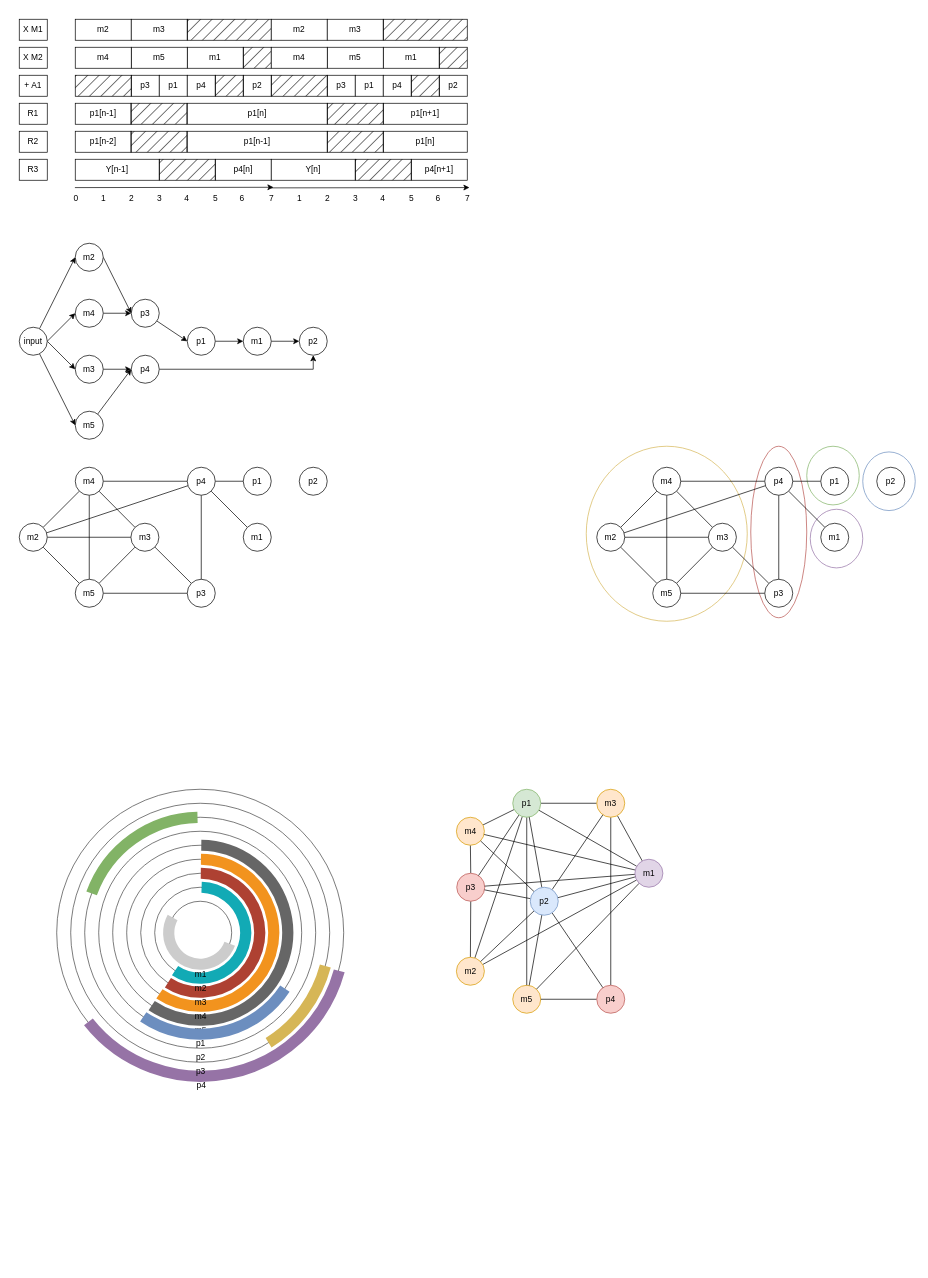
Earlier version of the draw.io diagram page "Circular-arc graph" (3 of 5) of Assignement1/IDSP DrawIO.drawio (martinreinok/IDSP191210950). Source tidied: cells renumbered, new cells numbered last; positions are measured from the earlier drawing's top-left corner, leaving out a move shared by most shapes. Both pictures are drawn from the tidied source at 70%, with x=0, y=0 at pixel (19, 19).
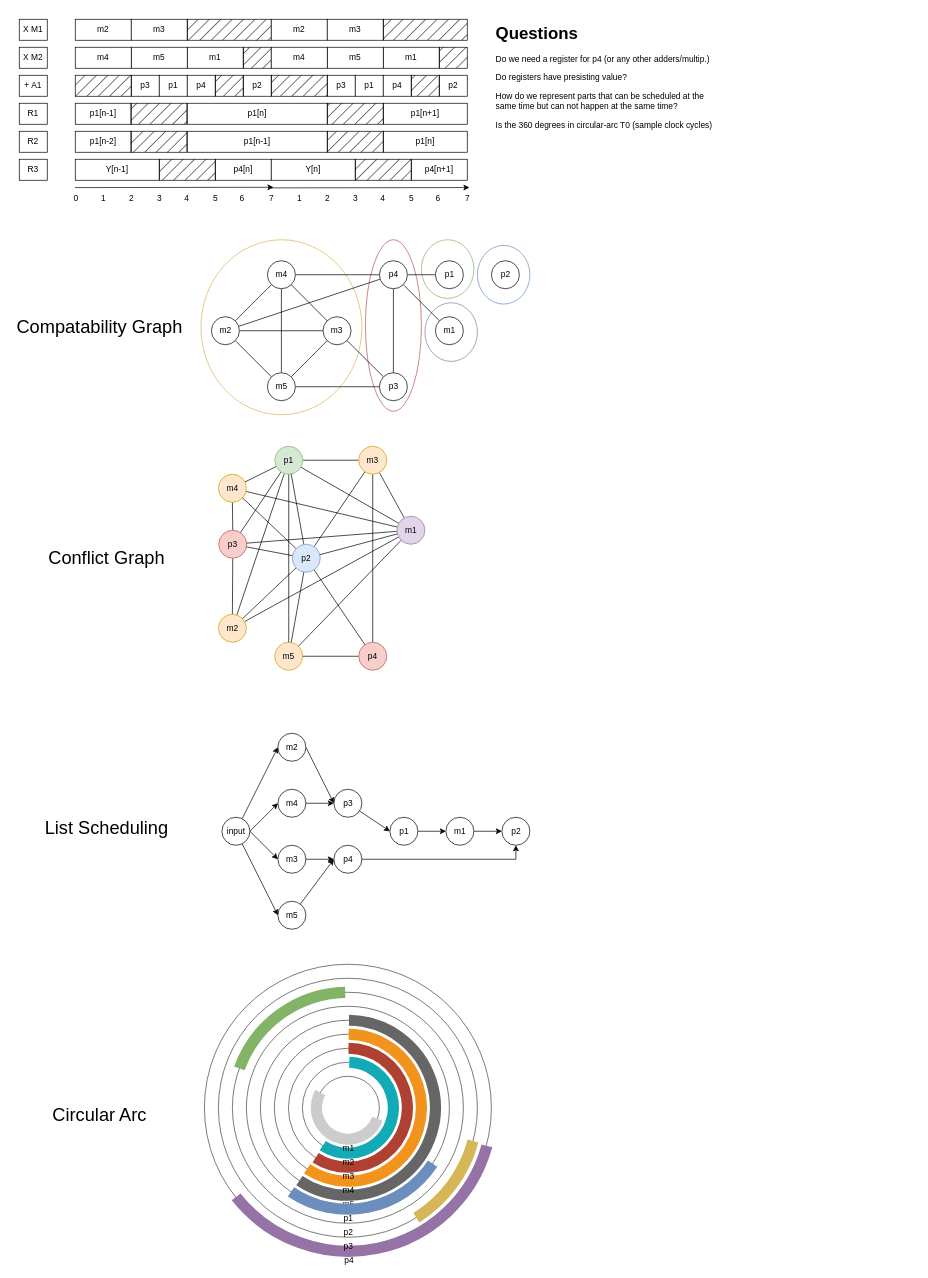
After the change.

Diff of the diagram source:
```diff
@@
     <mxCell id="2" style="ellipse;whiteSpace=wrap;html=1;fillColor=none;strokeColor=#6c8ebf;" parent="1" vertex="1">
-      <mxGeometry x="1205" y="618.1" width="75" height="83.8" as="geometry" />
+      <mxGeometry x="654.5" y="323.1" width="75" height="83.8" as="geometry" />
     </mxCell>
     <mxCell id="3" style="ellipse;whiteSpace=wrap;html=1;fillColor=none;strokeColor=#82b366;" parent="1" vertex="1">
-      <mxGeometry x="1125" y="610" width="75" height="83.8" as="geometry" />
+      <mxGeometry x="574.5" y="315" width="75" height="83.8" as="geometry" />
     </mxCell>
     <mxCell id="4" style="ellipse;whiteSpace=wrap;html=1;fillColor=none;strokeColor=#9673a6;" parent="1" vertex="1">
-      <mxGeometry x="1130" y="700" width="75" height="83.8" as="geometry" />
+      <mxGeometry x="579.5" y="405" width="75" height="83.8" as="geometry" />
     </mxCell>
     <mxCell id="5" style="ellipse;whiteSpace=wrap;html=1;fillColor=none;strokeColor=#b85450;" parent="1" vertex="1">
-      <mxGeometry x="1045" y="610" width="80" height="245" as="geometry" />
+      <mxGeometry x="494.5" y="315" width="80" height="245" as="geometry" />
     </mxCell>
     <mxCell id="6" style="ellipse;whiteSpace=wrap;html=1;fillColor=none;strokeColor=#d6b656;" parent="1" vertex="1">
-      <mxGeometry x="810" y="610" width="230" height="250" as="geometry" />
+      <mxGeometry x="259.5" y="315" width="230" height="250" as="geometry" />
     </mxCell>
     <mxCell id="7" style="ellipse;fillColor=none;strokeColor=#444444;fontSize=12;" parent="1" vertex="1">
-      <mxGeometry x="53.5" y="1100" width="410" height="410" as="geometry" />
+      <mxGeometry x="264.5" y="1350" width="410" height="410" as="geometry" />
     </mxCell>
     <mxCell id="8" value="p4" style="verticalLabelPosition=bottom;verticalAlign=top;html=1;shape=mxgraph.basic.arc;fillColor=#e1d5e7;strokeColor=#9673a6;startAngle=0.2927872915624157;endAngle=0.6433707235619854;strokeWidth=16;fontSize=12;" parent="1" vertex="1">
-      <mxGeometry x="54.5" y="1100" width="410" height="410" as="geometry" />
+      <mxGeometry x="265.5" y="1350" width="410" height="410" as="geometry" />
     </mxCell>
     <mxCell id="9" style="ellipse;fillColor=none;strokeColor=#444444;fontSize=12;" parent="1" vertex="1">
-      <mxGeometry x="93.5" y="1140" width="330" height="330" as="geometry" />
+      <mxGeometry x="304.5" y="1390" width="330" height="330" as="geometry" />
     </mxCell>
     <mxCell id="10" style="ellipse;fillColor=none;strokeColor=#444444;fontSize=12;" parent="1" vertex="1">
-      <mxGeometry x="73.5" y="1120" width="370" height="370" as="geometry" />
+      <mxGeometry x="284.5" y="1370" width="370" height="370" as="geometry" />
     </mxCell>
     <mxCell id="11" style="ellipse;fillColor=none;strokeColor=#444444;fontSize=12;" parent="1" vertex="1">
-      <mxGeometry x="113.5" y="1160" width="290" height="290" as="geometry" />
+      <mxGeometry x="324.5" y="1410" width="290" height="290" as="geometry" />
     </mxCell>
@@
     <mxCell id="78" value="p1" style="ellipse;whiteSpace=wrap;html=1;fontSize=12;" parent="1" vertex="1">
-      <mxGeometry x="240" y="440" width="40" height="40" as="geometry" />
+      <mxGeometry x="529.5" y="1140" width="40" height="40" as="geometry" />
     </mxCell>
     <mxCell id="79" value="p2" style="ellipse;whiteSpace=wrap;html=1;fontSize=12;" parent="1" vertex="1">
-      <mxGeometry x="400" y="440" width="40" height="40" as="geometry" />
+      <mxGeometry x="689.5" y="1140" width="40" height="40" as="geometry" />
     </mxCell>
@@
     <mxCell id="81" value="p3" style="ellipse;whiteSpace=wrap;html=1;fontSize=12;" parent="1" vertex="1">
-      <mxGeometry x="160" y="400" width="40" height="40" as="geometry" />
+      <mxGeometry x="449.5" y="1100" width="40" height="40" as="geometry" />
     </mxCell>
@@
     <mxCell id="83" value="p4" style="ellipse;whiteSpace=wrap;html=1;fontSize=12;" parent="1" vertex="1">
-      <mxGeometry x="160" y="480" width="40" height="40" as="geometry" />
+      <mxGeometry x="449.5" y="1180" width="40" height="40" as="geometry" />
     </mxCell>
@@
     <mxCell id="85" value="m1" style="ellipse;whiteSpace=wrap;html=1;fontSize=12;" parent="1" vertex="1">
-      <mxGeometry x="320" y="440" width="40" height="40" as="geometry" />
+      <mxGeometry x="609.5" y="1140" width="40" height="40" as="geometry" />
     </mxCell>
@@
     <mxCell id="87" value="m2" style="ellipse;whiteSpace=wrap;html=1;fontSize=12;" parent="1" vertex="1">
-      <mxGeometry x="80" y="320" width="40" height="40" as="geometry" />
+      <mxGeometry x="369.5" y="1020" width="40" height="40" as="geometry" />
     </mxCell>
@@
     <mxCell id="89" value="m3" style="ellipse;whiteSpace=wrap;html=1;fontSize=12;" parent="1" vertex="1">
-      <mxGeometry x="80" y="480" width="40" height="40" as="geometry" />
+      <mxGeometry x="369.5" y="1180" width="40" height="40" as="geometry" />
     </mxCell>
@@
     <mxCell id="91" value="m4" style="ellipse;whiteSpace=wrap;html=1;fontSize=12;" parent="1" vertex="1">
-      <mxGeometry x="80" y="400" width="40" height="40" as="geometry" />
+      <mxGeometry x="369.5" y="1100" width="40" height="40" as="geometry" />
     </mxCell>
@@
     <mxCell id="93" value="m5" style="ellipse;whiteSpace=wrap;html=1;fontSize=12;" parent="1" vertex="1">
-      <mxGeometry x="80" y="560" width="40" height="40" as="geometry" />
+      <mxGeometry x="369.5" y="1260" width="40" height="40" as="geometry" />
     </mxCell>
@@
     <mxCell id="98" value="input" style="ellipse;whiteSpace=wrap;html=1;fontSize=12;" parent="1" vertex="1">
-      <mxGeometry y="440" width="40" height="40" as="geometry" />
+      <mxGeometry x="289.5" y="1140" width="40" height="40" as="geometry" />
     </mxCell>
-    <mxCell id="99" style="edgeStyle=none;rounded=0;jettySize=auto;html=1;fontSize=12;endArrow=none;endFill=0;" parent="1" edge="1" source="103" target="107">
-      <mxGeometry relative="1" as="geometry" />
-    </mxCell>
-    <mxCell id="100" style="edgeStyle=none;rounded=0;jettySize=auto;html=1;fontSize=12;endArrow=none;endFill=0;" parent="1" edge="1" source="103" target="112">
-      <mxGeometry relative="1" as="geometry" />
-    </mxCell>
-    <mxCell id="101" style="rounded=0;jettySize=auto;html=1;fontSize=12;endArrow=none;endFill=0;" parent="1" edge="1" source="103" target="117">
-      <mxGeometry relative="1" as="geometry" />
-    </mxCell>
-    <mxCell id="102" style="edgeStyle=none;rounded=0;jettySize=auto;html=1;fontSize=12;endArrow=none;endFill=0;" parent="1" edge="1" source="103" target="110">
-      <mxGeometry relative="1" as="geometry" />
-    </mxCell>
-    <mxCell id="103" value="m2" style="ellipse;whiteSpace=wrap;html=1;fontSize=12;" parent="1" vertex="1">
-      <mxGeometry y="720" width="40" height="40" as="geometry" />
-    </mxCell>
-    <mxCell id="104" style="edgeStyle=none;rounded=0;jettySize=auto;html=1;fontSize=12;endArrow=none;endFill=0;" parent="1" edge="1" source="107" target="112">
-      <mxGeometry relative="1" as="geometry" />
-    </mxCell>
-    <mxCell id="105" style="edgeStyle=none;rounded=0;jettySize=auto;html=1;fontSize=12;endArrow=none;endFill=0;" parent="1" edge="1" source="107" target="110">
-      <mxGeometry relative="1" as="geometry" />
-    </mxCell>
-    <mxCell id="106" style="edgeStyle=none;rounded=0;jettySize=auto;html=1;fontSize=12;endArrow=none;endFill=0;" parent="1" edge="1" source="107" target="113">
-      <mxGeometry relative="1" as="geometry" />
-    </mxCell>
-    <mxCell id="107" value="m3" style="ellipse;whiteSpace=wrap;html=1;fontSize=12;" parent="1" vertex="1">
-      <mxGeometry x="159.5" y="720" width="40" height="40" as="geometry" />
-    </mxCell>
-    <mxCell id="108" style="edgeStyle=none;rounded=0;jettySize=auto;html=1;fontSize=12;endArrow=none;endFill=0;" parent="1" edge="1" source="110" target="112">
-      <mxGeometry relative="1" as="geometry" />
-    </mxCell>
-    <mxCell id="109" style="edgeStyle=none;rounded=0;jettySize=auto;html=1;fontSize=12;endArrow=none;endFill=0;" parent="1" edge="1" source="110" target="117">
-      <mxGeometry relative="1" as="geometry" />
-    </mxCell>
-    <mxCell id="110" value="m4" style="ellipse;whiteSpace=wrap;html=1;fontSize=12;" parent="1" vertex="1">
-      <mxGeometry x="80" y="640" width="40" height="40" as="geometry" />
-    </mxCell>
-    <mxCell id="111" style="edgeStyle=none;rounded=0;jettySize=auto;html=1;fontSize=12;endArrow=none;endFill=0;" parent="1" edge="1" source="112" target="113">
-      <mxGeometry relative="1" as="geometry" />
-    </mxCell>
-    <mxCell id="112" value="m5" style="ellipse;whiteSpace=wrap;html=1;fontSize=12;" parent="1" vertex="1">
-      <mxGeometry x="80" y="800" width="40" height="40" as="geometry" />
-    </mxCell>
-    <mxCell id="113" value="p3" style="ellipse;whiteSpace=wrap;html=1;fontSize=12;" parent="1" vertex="1">
-      <mxGeometry x="240" y="800" width="40" height="40" as="geometry" />
-    </mxCell>
-    <mxCell id="114" style="edgeStyle=none;rounded=0;jettySize=auto;html=1;fontSize=12;endArrow=none;endFill=0;" parent="1" edge="1" source="117" target="113">
-      <mxGeometry relative="1" as="geometry" />
-    </mxCell>
-    <mxCell id="115" style="edgeStyle=none;rounded=0;jettySize=auto;html=1;fontSize=12;endArrow=none;endFill=0;" parent="1" edge="1" source="117" target="118">
-      <mxGeometry relative="1" as="geometry" />
-    </mxCell>
-    <mxCell id="116" style="edgeStyle=none;rounded=0;jettySize=auto;html=1;fontSize=12;endArrow=none;endFill=0;" parent="1" edge="1" source="117" target="119">
-      <mxGeometry relative="1" as="geometry" />
-    </mxCell>
-    <mxCell id="117" value="p4" style="ellipse;whiteSpace=wrap;html=1;fontSize=12;" parent="1" vertex="1">
-      <mxGeometry x="240" y="640" width="40" height="40" as="geometry" />
-    </mxCell>
-    <mxCell id="118" value="m1" style="ellipse;whiteSpace=wrap;html=1;fontSize=12;" parent="1" vertex="1">
-      <mxGeometry x="320" y="720" width="40" height="40" as="geometry" />
-    </mxCell>
-    <mxCell id="119" value="p1" style="ellipse;whiteSpace=wrap;html=1;fontSize=12;" parent="1" vertex="1">
-      <mxGeometry x="320" y="640" width="40" height="40" as="geometry" />
-    </mxCell>
-    <mxCell id="120" value="p2" style="ellipse;whiteSpace=wrap;html=1;fontSize=12;" parent="1" vertex="1">
-      <mxGeometry x="400" y="640" width="40" height="40" as="geometry" />
-    </mxCell>
     <mxCell id="121" style="ellipse;fillColor=none;strokeColor=#444444;fontSize=12;" parent="1" vertex="1">
-      <mxGeometry x="133.5" y="1180" width="250" height="250" as="geometry" />
+      <mxGeometry x="344.5" y="1430" width="250" height="250" as="geometry" />
     </mxCell>
     <mxCell id="122" style="ellipse;fillColor=none;strokeColor=#444444;fontSize=12;" parent="1" vertex="1">
-      <mxGeometry x="153.5" y="1200" width="210" height="210" as="geometry" />
+      <mxGeometry x="364.5" y="1450" width="210" height="210" as="geometry" />
     </mxCell>
     <mxCell id="123" style="ellipse;fillColor=none;strokeColor=#444444;fontSize=12;" parent="1" vertex="1">
-      <mxGeometry x="173.5" y="1220" width="170" height="170" as="geometry" />
+      <mxGeometry x="384.5" y="1470" width="170" height="170" as="geometry" />
     </mxCell>
     <mxCell id="124" style="ellipse;fillColor=none;strokeColor=#444444;fontSize=12;" parent="1" vertex="1">
-      <mxGeometry x="193.5" y="1240" width="130" height="130" as="geometry" />
+      <mxGeometry x="404.5" y="1490" width="130" height="130" as="geometry" />
     </mxCell>
     <mxCell id="125" style="ellipse;fillColor=none;strokeColor=#444444;fontSize=12;" parent="1" vertex="1">
-      <mxGeometry x="213.5" y="1260" width="90" height="90" as="geometry" />
+      <mxGeometry x="424.5" y="1510" width="90" height="90" as="geometry" />
     </mxCell>
     <mxCell id="126" value="m5" style="verticalLabelPosition=bottom;verticalAlign=top;html=1;shape=mxgraph.basic.arc;fillColor=#f5f5f5;strokeColor=#666666;startAngle=0.0019893331818622456;endAngle=0.5935835209054994;strokeWidth=16;fontSize=12;fontColor=#333333;" parent="1" vertex="1">
-      <mxGeometry x="133.5" y="1180" width="250" height="250" as="geometry" />
+      <mxGeometry x="344.5" y="1430" width="250" height="250" as="geometry" />
     </mxCell>
     <mxCell id="127" value="m4" style="verticalLabelPosition=bottom;verticalAlign=top;html=1;shape=mxgraph.basic.arc;fillColor=none;strokeColor=#F2931E;startAngle=0.0015914963824541276;endAngle=0.5935835209054994;strokeWidth=16;fontSize=12;" parent="1" vertex="1">
-      <mxGeometry x="153.5" y="1200" width="210" height="210" as="geometry" />
+      <mxGeometry x="364.5" y="1450" width="210" height="210" as="geometry" />
     </mxCell>
     <mxCell id="128" value="m3" style="verticalLabelPosition=bottom;verticalAlign=top;html=1;shape=mxgraph.basic.arc;fillColor=none;strokeColor=#AE4132;startAngle=0.0015914963824541276;endAngle=0.5912658943067584;strokeWidth=16;fontSize=12;" parent="1" vertex="1">
-      <mxGeometry x="173.5" y="1220" width="170" height="170" as="geometry" />
+      <mxGeometry x="384.5" y="1470" width="170" height="170" as="geometry" />
     </mxCell>
     <mxCell id="129" value="m2" style="verticalLabelPosition=bottom;verticalAlign=top;html=1;shape=mxgraph.basic.arc;fillColor=none;strokeColor=#12AAB5;startAngle=0.004870569055754277;endAngle=0.5932081561696638;strokeWidth=16;fontSize=12;" parent="1" vertex="1">
-      <mxGeometry x="193.5" y="1240" width="130" height="130" as="geometry" />
+      <mxGeometry x="404.5" y="1490" width="130" height="130" as="geometry" />
     </mxCell>
     <mxCell id="130" value="m1" style="verticalLabelPosition=bottom;verticalAlign=top;html=1;shape=mxgraph.basic.arc;fillColor=none;strokeColor=#CCCCCC;startAngle=0.3064013158610013;endAngle=0.8300299826193697;strokeWidth=16;fontSize=12;" parent="1" vertex="1">
-      <mxGeometry x="213.5" y="1260" width="90" height="90" as="geometry" />
+      <mxGeometry x="424.5" y="1510" width="90" height="90" as="geometry" />
     </mxCell>
     <mxCell id="131" value="p1" style="verticalLabelPosition=bottom;verticalAlign=top;html=1;shape=mxgraph.basic.arc;fillColor=#dae8fc;strokeColor=#6c8ebf;startAngle=0.34284669772945503;endAngle=0.5948015196504033;strokeWidth=16;fontSize=12;" parent="1" vertex="1">
-      <mxGeometry x="113.5" y="1160" width="290" height="290" as="geometry" />
+      <mxGeometry x="324.5" y="1410" width="290" height="290" as="geometry" />
     </mxCell>
     <mxCell id="132" value="p2" style="verticalLabelPosition=bottom;verticalAlign=top;html=1;shape=mxgraph.basic.arc;fillColor=#d5e8d4;strokeColor=#82b366;startAngle=0.8053488351616231;endAngle=0.9962993892948065;strokeWidth=16;fontSize=12;" parent="1" vertex="1">
-      <mxGeometry x="93.5" y="1140" width="330" height="330" as="geometry" />
+      <mxGeometry x="304.5" y="1390" width="330" height="330" as="geometry" />
     </mxCell>
     <mxCell id="133" value="p3" style="verticalLabelPosition=bottom;verticalAlign=top;html=1;shape=mxgraph.basic.arc;fillColor=#fff2cc;strokeColor=#d6b656;startAngle=0.2913707582190045;endAngle=0.41144556431382573;strokeWidth=16;fontSize=12;" parent="1" vertex="1">
-      <mxGeometry x="73.5" y="1120" width="370" height="370" as="geometry" />
+      <mxGeometry x="284.5" y="1370" width="370" height="370" as="geometry" />
     </mxCell>
@@
     <mxCell id="137" value="m2" style="ellipse;whiteSpace=wrap;html=1;fontSize=12;fillColor=#ffe6cc;strokeColor=#d79b00;" parent="1" vertex="1">
-      <mxGeometry x="624.5" y="1340" width="40" height="40" as="geometry" />
+      <mxGeometry x="284.5" y="850" width="40" height="40" as="geometry" />
     </mxCell>
@@
     <mxCell id="141" value="m3" style="ellipse;whiteSpace=wrap;html=1;fontSize=12;fillColor=#ffe6cc;strokeColor=#d79b00;" parent="1" vertex="1">
-      <mxGeometry x="825" y="1100" width="40" height="40" as="geometry" />
+      <mxGeometry x="485" y="610" width="40" height="40" as="geometry" />
     </mxCell>
@@
     <mxCell id="145" value="m4" style="ellipse;whiteSpace=wrap;html=1;fontSize=12;fillColor=#ffe6cc;strokeColor=#d79b00;" parent="1" vertex="1">
-      <mxGeometry x="624.5" y="1140" width="40" height="40" as="geometry" />
+      <mxGeometry x="284.5" y="650" width="40" height="40" as="geometry" />
     </mxCell>
     <mxCell id="146" value="m5" style="ellipse;whiteSpace=wrap;html=1;fontSize=12;fillColor=#ffe6cc;strokeColor=#d79b00;" parent="1" vertex="1">
-      <mxGeometry x="705" y="1380" width="40" height="40" as="geometry" />
+      <mxGeometry x="365" y="890" width="40" height="40" as="geometry" />
     </mxCell>
     <mxCell id="147" value="p3" style="ellipse;whiteSpace=wrap;html=1;fontSize=12;fillColor=#f8cecc;strokeColor=#b85450;" parent="1" vertex="1">
-      <mxGeometry x="625" y="1220" width="40" height="40" as="geometry" />
+      <mxGeometry x="285" y="730" width="40" height="40" as="geometry" />
     </mxCell>
@@
     <mxCell id="149" value="p4" style="ellipse;whiteSpace=wrap;html=1;fontSize=12;fillColor=#f8cecc;strokeColor=#b85450;" parent="1" vertex="1">
-      <mxGeometry x="825" y="1380" width="40" height="40" as="geometry" />
+      <mxGeometry x="485" y="890" width="40" height="40" as="geometry" />
     </mxCell>
@@
     <mxCell id="153" value="m1" style="ellipse;whiteSpace=wrap;html=1;fontSize=12;fillColor=#e1d5e7;strokeColor=#9673a6;" parent="1" vertex="1">
-      <mxGeometry x="879.5" y="1200" width="40" height="40" as="geometry" />
+      <mxGeometry x="539.5" y="710" width="40" height="40" as="geometry" />
     </mxCell>
@@
     <mxCell id="156" value="p1" style="ellipse;whiteSpace=wrap;html=1;fontSize=12;fillColor=#d5e8d4;strokeColor=#82b366;" parent="1" vertex="1">
-      <mxGeometry x="705" y="1100" width="40" height="40" as="geometry" />
+      <mxGeometry x="365" y="610" width="40" height="40" as="geometry" />
     </mxCell>
@@
     <mxCell id="165" value="p2" style="ellipse;whiteSpace=wrap;html=1;fontSize=12;fillColor=#dae8fc;strokeColor=#6c8ebf;" parent="1" vertex="1">
-      <mxGeometry x="730" y="1240" width="40" height="40" as="geometry" />
+      <mxGeometry x="390" y="750" width="40" height="40" as="geometry" />
     </mxCell>
@@
     <mxCell id="170" value="m2" style="ellipse;whiteSpace=wrap;html=1;fontSize=12;" parent="1" vertex="1">
-      <mxGeometry x="825" y="720" width="40" height="40" as="geometry" />
+      <mxGeometry x="274.5" y="425" width="40" height="40" as="geometry" />
     </mxCell>
@@
     <mxCell id="174" value="m3" style="ellipse;whiteSpace=wrap;html=1;fontSize=12;" parent="1" vertex="1">
-      <mxGeometry x="984.5" y="720" width="40" height="40" as="geometry" />
+      <mxGeometry x="434" y="425" width="40" height="40" as="geometry" />
     </mxCell>
@@
     <mxCell id="177" value="m4" style="ellipse;whiteSpace=wrap;html=1;fontSize=12;" parent="1" vertex="1">
-      <mxGeometry x="905" y="640" width="40" height="40" as="geometry" />
+      <mxGeometry x="354.5" y="345" width="40" height="40" as="geometry" />
     </mxCell>
@@
     <mxCell id="179" value="m5" style="ellipse;whiteSpace=wrap;html=1;fontSize=12;" parent="1" vertex="1">
-      <mxGeometry x="905" y="800" width="40" height="40" as="geometry" />
+      <mxGeometry x="354.5" y="505" width="40" height="40" as="geometry" />
     </mxCell>
     <mxCell id="180" value="p3" style="ellipse;whiteSpace=wrap;html=1;fontSize=12;" parent="1" vertex="1">
-      <mxGeometry x="1065" y="800" width="40" height="40" as="geometry" />
+      <mxGeometry x="514.5" y="505" width="40" height="40" as="geometry" />
     </mxCell>
@@
     <mxCell id="184" value="p4" style="ellipse;whiteSpace=wrap;html=1;fontSize=12;" parent="1" vertex="1">
-      <mxGeometry x="1065" y="640" width="40" height="40" as="geometry" />
+      <mxGeometry x="514.5" y="345" width="40" height="40" as="geometry" />
     </mxCell>
     <mxCell id="185" value="m1" style="ellipse;whiteSpace=wrap;html=1;fontSize=12;" parent="1" vertex="1">
-      <mxGeometry x="1145" y="720" width="40" height="40" as="geometry" />
+      <mxGeometry x="594.5" y="425" width="40" height="40" as="geometry" />
     </mxCell>
     <mxCell id="186" value="p1" style="ellipse;whiteSpace=wrap;html=1;fontSize=12;" parent="1" vertex="1">
-      <mxGeometry x="1145" y="640" width="40" height="40" as="geometry" />
+      <mxGeometry x="594.5" y="345" width="40" height="40" as="geometry" />
     </mxCell>
     <mxCell id="187" value="p2" style="ellipse;whiteSpace=wrap;html=1;fontSize=12;" parent="1" vertex="1">
-      <mxGeometry x="1225" y="640" width="40" height="40" as="geometry" />
+      <mxGeometry x="674.5" y="345" width="40" height="40" as="geometry" />
     </mxCell>
+    <mxCell id="188" value="Conflict Graph" style="text;html=1;strokeColor=none;fillColor=none;align=center;verticalAlign=middle;whiteSpace=wrap;rounded=0;fontSize=26;" parent="1" vertex="1">
+      <mxGeometry x="29.5" y="755" width="190" height="30" as="geometry" />
+    </mxCell>
+    <mxCell id="189" value="Compatability Graph" style="text;html=1;strokeColor=none;fillColor=none;align=center;verticalAlign=middle;whiteSpace=wrap;rounded=0;fontSize=26;" parent="1" vertex="1">
+      <mxGeometry x="-10.5" y="425" width="250" height="30" as="geometry" />
+    </mxCell>
+    <mxCell id="190" value="List Scheduling" style="text;html=1;strokeColor=none;fillColor=none;align=center;verticalAlign=middle;whiteSpace=wrap;rounded=0;fontSize=26;" parent="1" vertex="1">
+      <mxGeometry x="29.5" y="1140" width="190" height="30" as="geometry" />
+    </mxCell>
+    <mxCell id="191" value="Circular Arc" style="text;html=1;strokeColor=none;fillColor=none;align=center;verticalAlign=middle;whiteSpace=wrap;rounded=0;fontSize=26;" parent="1" vertex="1">
+      <mxGeometry x="19.5" y="1550" width="190" height="30" as="geometry" />
+    </mxCell>
+    <mxCell id="192" value="&lt;h1&gt;Questions&lt;/h1&gt;&lt;p&gt;Do we need a register for p4 (or any other adders/multip.)&lt;br&gt;&lt;/p&gt;&lt;p&gt;Do registers have presisting value?&lt;/p&gt;&lt;p&gt;How do we represent parts that can be scheduled at the same time but can not happen at the same time?&lt;/p&gt;&lt;p&gt;Is the 360 degrees in circular-arc T0 (sample clock cycles)&lt;/p&gt;&lt;p&gt;&lt;br&gt;&lt;/p&gt;&lt;p&gt;&lt;br&gt;&lt;/p&gt;&lt;p&gt;&lt;br&gt;&lt;/p&gt;" style="text;html=1;strokeColor=none;fillColor=none;spacing=5;spacingTop=-20;whiteSpace=wrap;overflow=hidden;rounded=0;fontSize=12;" parent="1" vertex="1">
+      <mxGeometry x="675.5" width="334.5" height="240" as="geometry" />
+    </mxCell>
```
